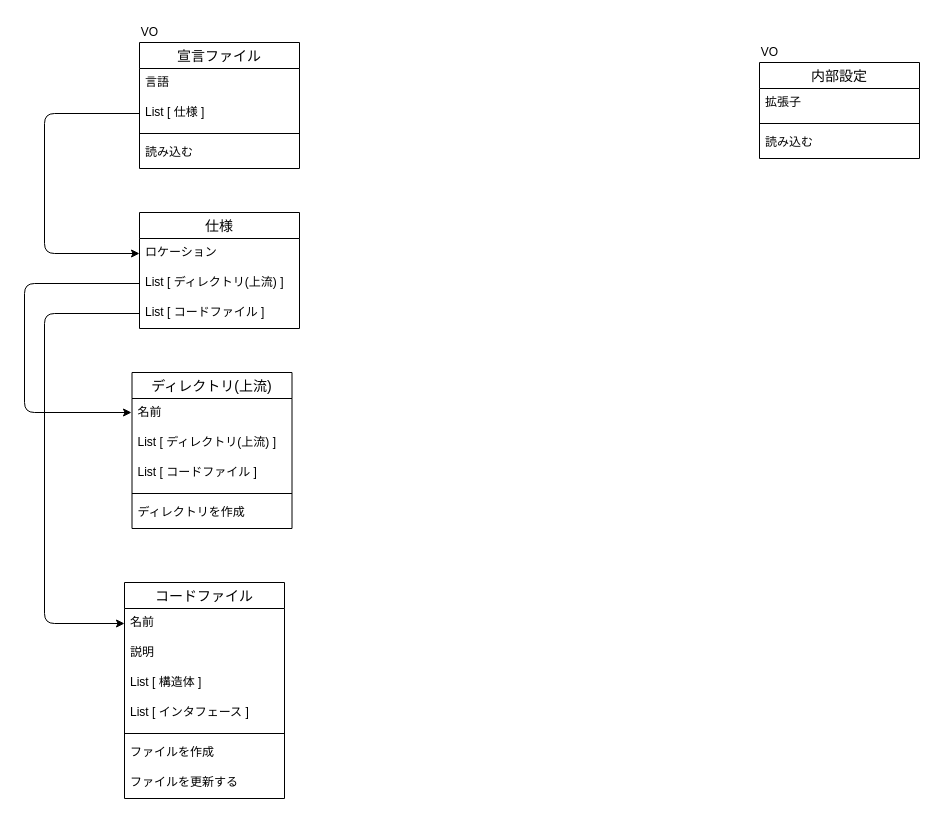
Before: design.dio in asweed888/clerk, a draw.io diagram. Source tidied: cells renumbered, new cells numbered last; positions are measured from the earlier drawing's top-left corner, leaving out a move shared by most shapes. Both pictures are drawn from the tidied source at 100%, with x=0, y=0 at pixel (24, 17).
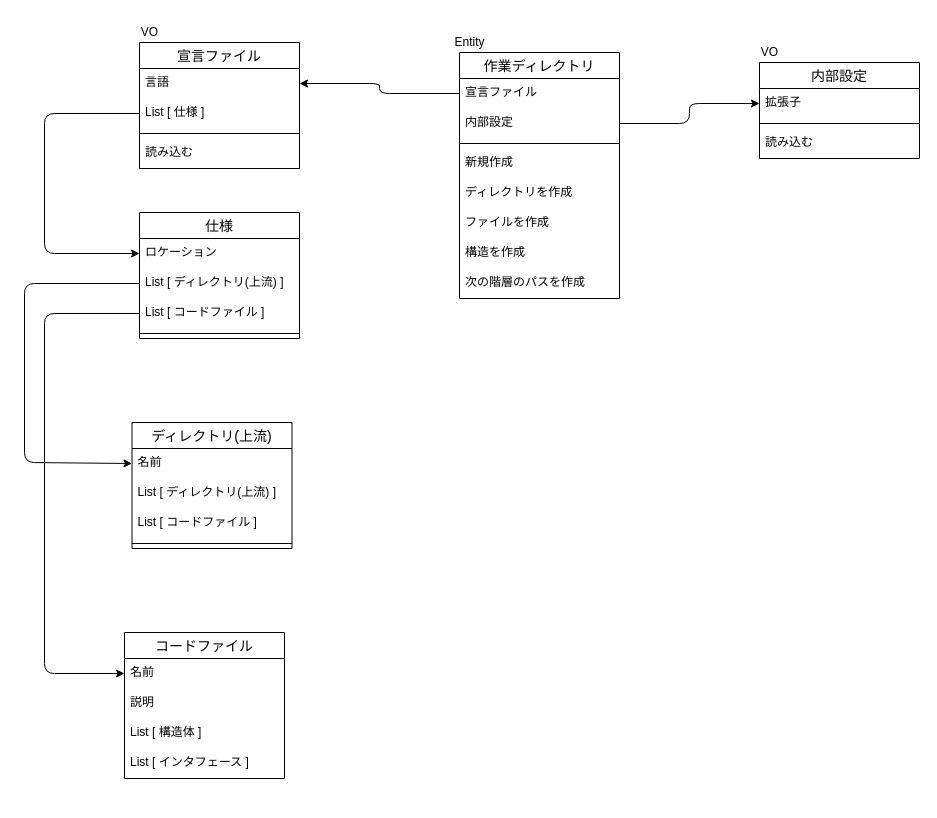
The same page after the edit.

Commit message:
ドメインモデル設計大方完了

The change refers to these unchanged cells:
```xml
<mxCell id="4" value="言語" style="text;strokeColor=none;fillColor=none;spacingLeft=4;spacingRight=4;overflow=hidden;points=[[0,0.5],[1,0.5]];portConstraint=eastwest;fontSize=12;" parent="3" vertex="1">
  <mxGeometry y="26" width="160" height="30" as="geometry" />
</mxCell>
<mxCell id="11" value="拡張子" style="text;strokeColor=none;fillColor=none;spacingLeft=4;spacingRight=4;overflow=hidden;points=[[0,0.5],[1,0.5]];portConstraint=eastwest;fontSize=12;" parent="10" vertex="1">
  <mxGeometry y="26" width="160" height="30" as="geometry" />
</mxCell>
<mxCell id="17" value="List [ ディレクトリ(上流) ]" style="text;strokeColor=none;fillColor=none;spacingLeft=4;spacingRight=4;overflow=hidden;points=[[0,0.5],[1,0.5]];portConstraint=eastwest;fontSize=12;" parent="15" vertex="1">
  <mxGeometry y="56" width="160" height="30" as="geometry" />
</mxCell>
<mxCell id="18" value="List [ コードファイル ]" style="text;strokeColor=none;fillColor=none;spacingLeft=4;spacingRight=4;overflow=hidden;points=[[0,0.5],[1,0.5]];portConstraint=eastwest;fontSize=12;" parent="15" vertex="1">
  <mxGeometry y="86" width="160" height="30" as="geometry" />
</mxCell>
<mxCell id="20" value="名前" style="text;strokeColor=none;fillColor=none;spacingLeft=4;spacingRight=4;overflow=hidden;points=[[0,0.5],[1,0.5]];portConstraint=eastwest;fontSize=12;" parent="19" vertex="1">
  <mxGeometry y="26" width="160" height="30" as="geometry" />
</mxCell>
<mxCell id="26" value="名前" style="text;strokeColor=none;fillColor=none;spacingLeft=4;spacingRight=4;overflow=hidden;points=[[0,0.5],[1,0.5]];portConstraint=eastwest;fontSize=12;" parent="25" vertex="1">
  <mxGeometry y="26" width="160" height="30" as="geometry" />
</mxCell>
```

Diff of the diagram source:
```diff
@@
     <mxCell id="15" value="仕様" style="swimlane;fontStyle=0;horizontal=1;startSize=26;align=center;fontSize=14;" parent="1" vertex="1">
-      <mxGeometry x="115" y="195" width="160" height="116" as="geometry" />
+      <mxGeometry x="115" y="195" width="160" height="126" as="geometry" />
     </mxCell>
@@
+    <mxCell id="36" style="line;strokeWidth=1;dashed=0;labelPosition=right;align=left;verticalAlign=middle;spacingTop=0;spacingLeft=6;" parent="15" vertex="1">
+      <mxGeometry y="116" width="160" height="10" as="geometry" />
+    </mxCell>
     <mxCell id="19" value="ディレクトリ(上流)" style="swimlane;fontStyle=0;horizontal=1;startSize=26;align=center;fontSize=14;" parent="1" vertex="1">
-      <mxGeometry x="107.5" y="355" width="160" height="156" as="geometry" />
+      <mxGeometry x="107.5" y="405" width="160" height="126" as="geometry" />
     </mxCell>
@@
-    <mxCell id="23" style="line;strokeWidth=1;dashed=0;labelPosition=right;align=left;verticalAlign=middle;spacingTop=0;spacingLeft=6;strokeColor=default;" parent="19" vertex="1">
-      <mxGeometry y="116" width="160" height="10" as="geometry" />
-    </mxCell>
-    <mxCell id="24" value="ディレクトリを作成" style="text;strokeColor=none;fillColor=none;spacingLeft=4;spacingRight=4;overflow=hidden;fontSize=12;" parent="19" vertex="1">
-      <mxGeometry y="126" width="160" height="30" as="geometry" />
-    </mxCell>
+    <mxCell id="37" style="line;strokeWidth=1;dashed=0;labelPosition=right;align=left;verticalAlign=middle;spacingTop=0;spacingLeft=6;" parent="19" vertex="1">
+      <mxGeometry y="116" width="160" height="10" as="geometry" />
+    </mxCell>
     <mxCell id="25" value="コードファイル" style="swimlane;fontStyle=0;horizontal=1;startSize=26;align=center;fontSize=14;" parent="1" vertex="1">
-      <mxGeometry x="100" y="565" width="160" height="216" as="geometry" />
+      <mxGeometry x="100" y="615" width="160" height="146" as="geometry" />
     </mxCell>
@@
-    <mxCell id="30" style="line;strokeWidth=1;dashed=0;labelPosition=right;align=left;verticalAlign=middle;spacingTop=0;spacingLeft=6;strokeColor=default;" parent="25" vertex="1">
-      <mxGeometry y="146" width="160" height="10" as="geometry" />
-    </mxCell>
-    <mxCell id="31" value="ファイルを作成" style="text;strokeColor=none;fillColor=none;spacingLeft=4;spacingRight=4;overflow=hidden;fontSize=12;" parent="25" vertex="1">
-      <mxGeometry y="156" width="160" height="30" as="geometry" />
-    </mxCell>
-    <mxCell id="32" value="ファイルを更新する" style="text;strokeColor=none;fillColor=none;spacingLeft=4;spacingRight=4;overflow=hidden;fontSize=12;" parent="25" vertex="1">
-      <mxGeometry y="186" width="160" height="30" as="geometry" />
-    </mxCell>
@@
-    <mxCell id="34" style="edgeStyle=orthogonalEdgeStyle;html=1;elbow=vertical;" parent="1" edge="1" source="17">
+    <mxCell id="34" style="edgeStyle=orthogonalEdgeStyle;html=1;elbow=vertical;entryX=0;entryY=0.5;entryDx=0;entryDy=0;" parent="1" edge="1" source="17" target="20">
       <mxGeometry relative="1" as="geometry">
-        <mxPoint x="107" y="395" as="targetPoint" />
         <Array as="points">
           <mxPoint y="266" />
-          <mxPoint y="395" />
+          <mxPoint y="445" />
         </Array>
       </mxGeometry>
     </mxCell>
     <mxCell id="35" style="edgeStyle=orthogonalEdgeStyle;html=1;entryX=0;entryY=0.5;entryDx=0;entryDy=0;elbow=vertical;" parent="1" edge="1" source="18" target="26">
       <mxGeometry relative="1" as="geometry">
         <Array as="points">
           <mxPoint x="20" y="296" />
-          <mxPoint x="20" y="606" />
+          <mxPoint x="20" y="656" />
         </Array>
       </mxGeometry>
     </mxCell>
+    <mxCell id="38" style="group;" parent="1" vertex="1">
+      <mxGeometry x="420" y="15" width="175" height="146" as="geometry" />
+    </mxCell>
+    <mxCell id="39" value="作業ディレクトリ" style="swimlane;fontStyle=0;horizontal=1;startSize=26;align=center;fontSize=14;strokeColor=default;" parent="38" vertex="1">
+      <mxGeometry x="15" y="20" width="160" height="246" as="geometry" />
+    </mxCell>
+    <mxCell id="40" value="宣言ファイル" style="text;strokeColor=none;fillColor=none;spacingLeft=4;spacingRight=4;overflow=hidden;points=[[0,0.5],[1,0.5]];portConstraint=eastwest;fontSize=12;" parent="39" vertex="1">
+      <mxGeometry y="26" width="160" height="30" as="geometry" />
+    </mxCell>
+    <mxCell id="41" value="内部設定" style="text;strokeColor=none;fillColor=none;spacingLeft=4;spacingRight=4;overflow=hidden;points=[[0,0.5],[1,0.5]];portConstraint=eastwest;fontSize=12;" parent="39" vertex="1">
+      <mxGeometry y="56" width="160" height="30" as="geometry" />
+    </mxCell>
+    <mxCell id="42" style="line;strokeWidth=1;dashed=0;labelPosition=right;align=left;verticalAlign=middle;spacingTop=0;spacingLeft=6;" parent="39" vertex="1">
+      <mxGeometry y="86" width="160" height="10" as="geometry" />
+    </mxCell>
+    <mxCell id="43" value="新規作成" style="text;strokeColor=none;fillColor=none;spacingLeft=4;spacingRight=4;overflow=hidden;fontSize=12;" parent="39" vertex="1">
+      <mxGeometry y="96" width="160" height="30" as="geometry" />
+    </mxCell>
+    <mxCell id="24" value="ディレクトリを作成" style="text;strokeColor=none;fillColor=none;spacingLeft=4;spacingRight=4;overflow=hidden;fontSize=12;" parent="39" vertex="1">
+      <mxGeometry y="126" width="160" height="30" as="geometry" />
+    </mxCell>
+    <mxCell id="31" value="ファイルを作成" style="text;strokeColor=none;fillColor=none;spacingLeft=4;spacingRight=4;overflow=hidden;fontSize=12;" parent="39" vertex="1">
+      <mxGeometry y="156" width="160" height="30" as="geometry" />
+    </mxCell>
+    <mxCell id="44" value="構造を作成" style="text;strokeColor=none;fillColor=none;spacingLeft=4;spacingRight=4;overflow=hidden;fontSize=12;" parent="39" vertex="1">
+      <mxGeometry y="186" width="160" height="30" as="geometry" />
+    </mxCell>
+    <mxCell id="45" value="次の階層のパスを作成" style="text;strokeColor=none;fillColor=none;spacingLeft=4;spacingRight=4;overflow=hidden;fontSize=12;" parent="39" vertex="1">
+      <mxGeometry y="216" width="160" height="30" as="geometry" />
+    </mxCell>
+    <mxCell id="46" value="Entity" style="text;html=1;align=center;verticalAlign=middle;strokeColor=none;fillColor=none;" parent="38" vertex="1">
+      <mxGeometry width="50" height="20" as="geometry" />
+    </mxCell>
+    <mxCell id="47" style="edgeStyle=orthogonalEdgeStyle;html=1;entryX=1;entryY=0.5;entryDx=0;entryDy=0;elbow=vertical;" parent="1" edge="1" source="40" target="4">
+      <mxGeometry relative="1" as="geometry" />
+    </mxCell>
+    <mxCell id="48" style="edgeStyle=orthogonalEdgeStyle;html=1;entryX=0;entryY=0.5;entryDx=0;entryDy=0;elbow=vertical;" parent="1" edge="1" source="41" target="11">
+      <mxGeometry relative="1" as="geometry" />
+    </mxCell>
```
